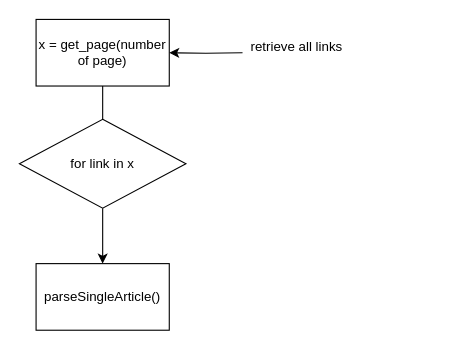
Before: Untitled Diagram.drawio in erreci/charts, a draw.io diagram. Source tidied: cells renumbered, new cells numbered last; positions are measured from the earlier drawing's top-left corner, leaving out a move shared by most shapes. Both pictures are drawn from the tidied source at 111%, with x=0, y=0 at pixel (19, 19).
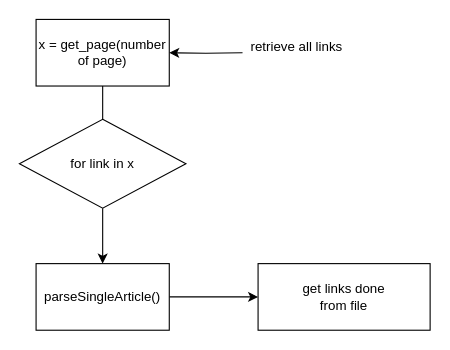
Above is the later version.

Diff of the diagram source:
```diff
@@
 <mxGraphModel>
   <root>
     <mxCell id="0" />
     <mxCell id="1" parent="0" />
     <mxCell id="2" style="edgeStyle=orthogonalEdgeStyle;rounded=0;jettySize=auto;html=1;startArrow=none;" parent="1" edge="1" source="5" target="4">
       <mxGeometry relative="1" as="geometry" />
     </mxCell>
     <mxCell id="3" value="x = get_page(number of page)" style="rounded=0;whiteSpace=wrap;html=1;" parent="1" vertex="1">
       <mxGeometry x="15" width="120" height="60" as="geometry" />
     </mxCell>
+    <mxCell id="9" style="edgeStyle=orthogonalEdgeStyle;rounded=0;jettySize=auto;html=1;" parent="1" edge="1" source="4" target="10">
+      <mxGeometry relative="1" as="geometry" />
+    </mxCell>
     <mxCell id="4" value="parseSingleArticle()" style="rounded=0;whiteSpace=wrap;html=1;" parent="1" vertex="1">
       <mxGeometry x="15" y="220" width="120" height="60" as="geometry" />
     </mxCell>
     <mxCell id="5" value="for link in x" style="rhombus;whiteSpace=wrap;html=1;" parent="1" vertex="1">
       <mxGeometry y="90" width="150" height="80" as="geometry" />
     </mxCell>
     <mxCell id="6" style="edgeStyle=orthogonalEdgeStyle;rounded=0;jettySize=auto;html=1;endArrow=none;" parent="1" edge="1" source="3" target="5">
       <mxGeometry relative="1" as="geometry" />
     </mxCell>
     <mxCell id="7" style="edgeStyle=orthogonalEdgeStyle;rounded=0;jettySize=auto;html=1;" parent="1" edge="1" target="3">
       <mxGeometry relative="1" as="geometry">
         <mxPoint x="201" y="30" as="sourcePoint" />
       </mxGeometry>
     </mxCell>
     <mxCell id="8" value="retrieve all links" style="text;html=1;strokeColor=none;fillColor=none;align=center;verticalAlign=middle;whiteSpace=wrap;rounded=0;" parent="1" vertex="1">
       <mxGeometry x="200" y="10" width="100" height="30" as="geometry" />
     </mxCell>
+    <mxCell id="10" value="get links done &lt;br&gt;from file" style="whiteSpace=wrap;html=1;rounded=0;" parent="1" vertex="1">
+      <mxGeometry x="215" y="220" width="155" height="60" as="geometry" />
+    </mxCell>
   </root>
 </mxGraphModel>
```
